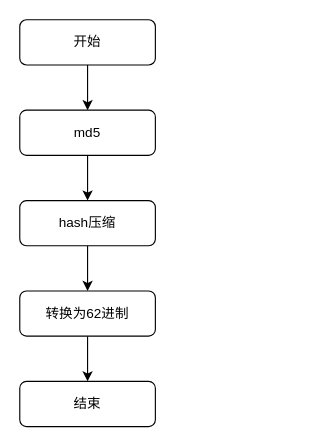
LanSeTianYe/draw keeps this draw.io diagram as xiwang/短链.drawio. Above is the earlier version. Source tidied: cells renumbered, new cells numbered last; positions are measured from the earlier drawing's top-left corner, leaving out a move shared by most shapes. Both pictures are drawn from the tidied source at 113%, with x=0, y=0 at pixel (19, 19).
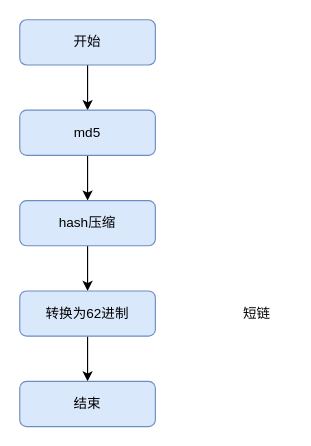
The same page after the edit.

Diff of the diagram source:
```diff
@@
 <mxGraphModel>
   <root>
     <mxCell id="0" />
     <mxCell id="1" parent="0" />
     <mxCell id="2" style="edgeStyle=orthogonalEdgeStyle;rounded=0;jettySize=auto;html=1;exitX=0.5;exitY=1;exitDx=0;exitDy=0;" parent="1" edge="1" source="3" target="5">
       <mxGeometry relative="1" as="geometry" />
     </mxCell>
-    <mxCell id="3" value="开始" style="rounded=1;whiteSpace=wrap;html=1;" parent="1" vertex="1">
+    <mxCell id="3" value="开始" style="rounded=1;whiteSpace=wrap;html=1;fillColor=#dae8fc;strokeColor=#6c8ebf;" parent="1" vertex="1">
       <mxGeometry width="120" height="40" as="geometry" />
     </mxCell>
     <mxCell id="4" style="edgeStyle=orthogonalEdgeStyle;rounded=0;jettySize=auto;html=1;exitX=0.5;exitY=1;exitDx=0;exitDy=0;" parent="1" edge="1" source="5" target="7">
       <mxGeometry relative="1" as="geometry" />
     </mxCell>
-    <mxCell id="5" value="md5" style="rounded=1;whiteSpace=wrap;html=1;" parent="1" vertex="1">
+    <mxCell id="5" value="md5" style="rounded=1;whiteSpace=wrap;html=1;fillColor=#dae8fc;strokeColor=#6c8ebf;" parent="1" vertex="1">
       <mxGeometry y="80" width="120" height="40" as="geometry" />
     </mxCell>
     <mxCell id="6" style="edgeStyle=orthogonalEdgeStyle;rounded=0;jettySize=auto;html=1;exitX=0.5;exitY=1;exitDx=0;exitDy=0;" parent="1" edge="1" source="7" target="9">
       <mxGeometry relative="1" as="geometry" />
     </mxCell>
-    <mxCell id="7" value="hash压缩" style="rounded=1;whiteSpace=wrap;html=1;" parent="1" vertex="1">
+    <mxCell id="7" value="hash压缩" style="rounded=1;whiteSpace=wrap;html=1;fillColor=#dae8fc;strokeColor=#6c8ebf;" parent="1" vertex="1">
       <mxGeometry y="160" width="120" height="40" as="geometry" />
     </mxCell>
     <mxCell id="8" style="edgeStyle=orthogonalEdgeStyle;rounded=0;jettySize=auto;html=1;exitX=0.5;exitY=1;exitDx=0;exitDy=0;" parent="1" edge="1" source="9" target="10">
       <mxGeometry relative="1" as="geometry" />
     </mxCell>
-    <mxCell id="9" value="转换为62进制" style="rounded=1;whiteSpace=wrap;html=1;" parent="1" vertex="1">
+    <mxCell id="9" value="转换为62进制" style="rounded=1;whiteSpace=wrap;html=1;fillColor=#dae8fc;strokeColor=#6c8ebf;" parent="1" vertex="1">
       <mxGeometry y="240" width="120" height="40" as="geometry" />
     </mxCell>
-    <mxCell id="10" value="结束" style="rounded=1;whiteSpace=wrap;html=1;" parent="1" vertex="1">
+    <mxCell id="10" value="结束" style="rounded=1;whiteSpace=wrap;html=1;fillColor=#dae8fc;strokeColor=#6c8ebf;" parent="1" vertex="1">
       <mxGeometry y="320" width="120" height="40" as="geometry" />
     </mxCell>
+    <mxCell id="11" value="短链" style="text;html=1;align=center;verticalAlign=middle;whiteSpace=wrap;rounded=0;" parent="1" vertex="1">
+      <mxGeometry x="180" y="240" width="60" height="40" as="geometry" />
+    </mxCell>
   </root>
 </mxGraphModel>
```
